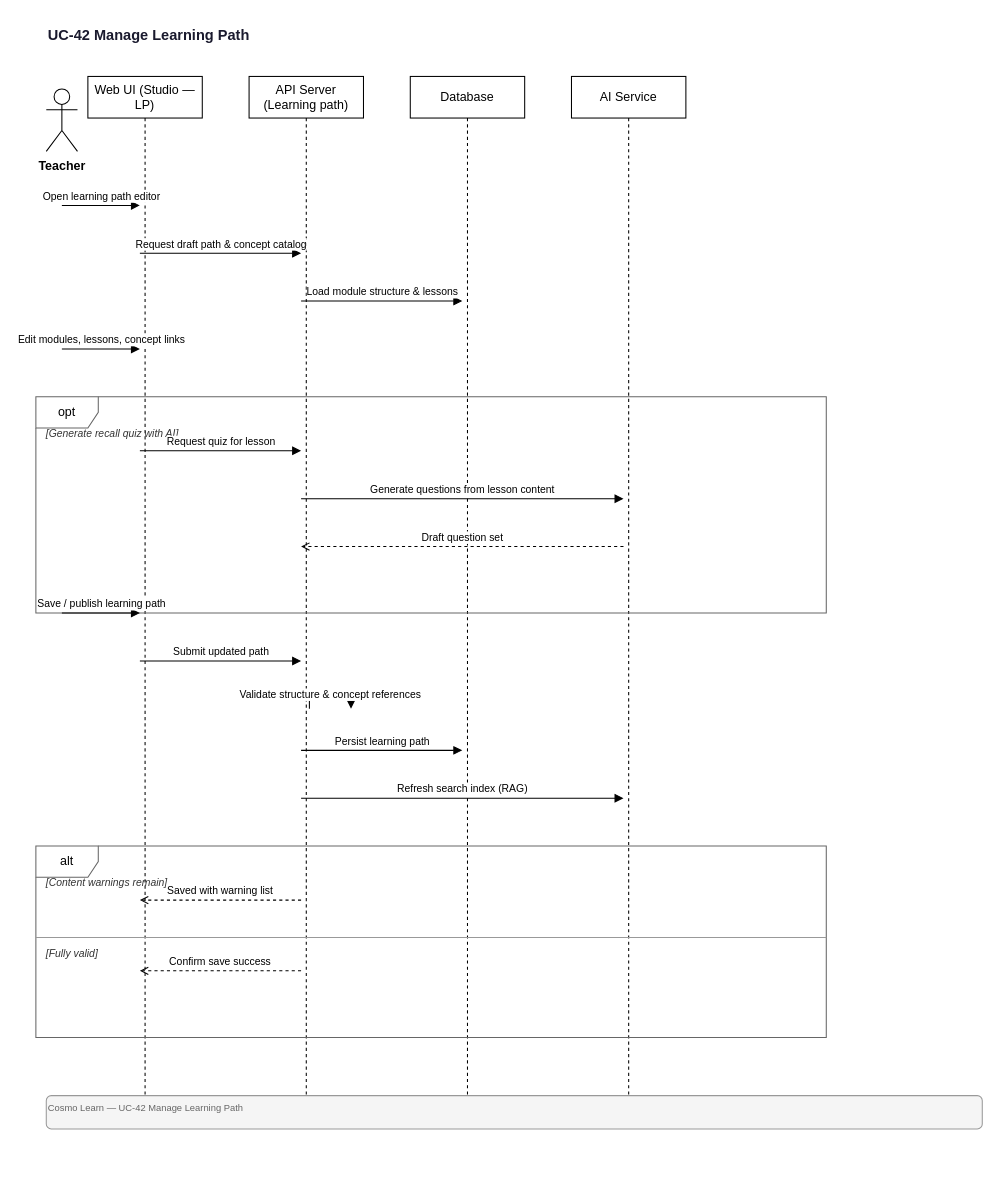
Earlier version of the draw.io diagram docs/diagrams/sequence/UC-42-Manage-Learning-Path.drawio (quangg1/ASTRO_EDU). Source tidied: cells renumbered, new cells numbered last; positions are measured from the earlier drawing's top-left corner, leaving out a move shared by most shapes. Both pictures are drawn from the tidied source at 104%, with x=0, y=0 at pixel (35, 18).
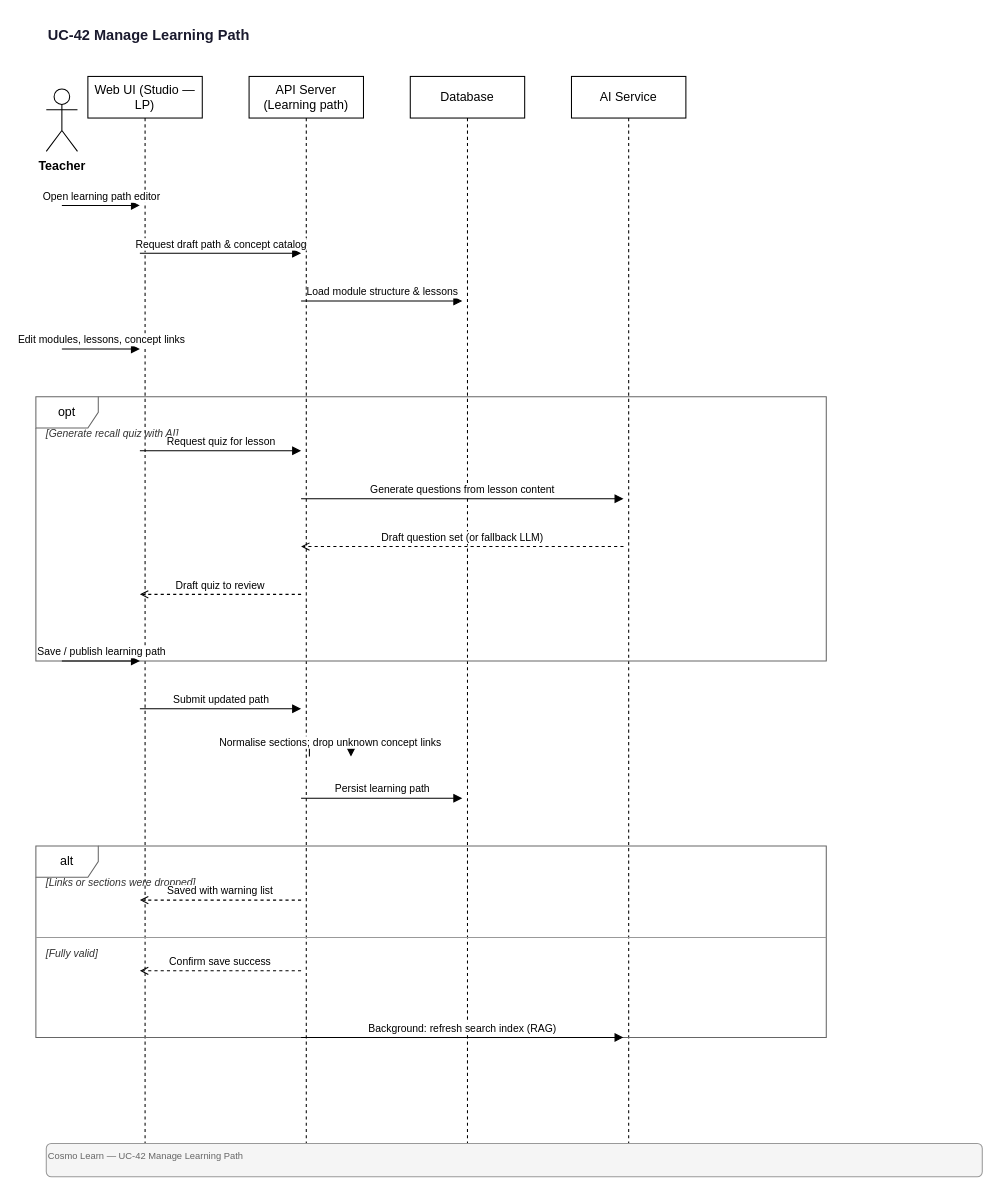
After the change.

What changed in the source:
```diff
@@
     <mxCell id="4" value="Web UI (Studio — LP)" style="shape=umlLifeline;perimeter=lifelinePerimeter;whiteSpace=wrap;html=1;size=40;" parent="1" vertex="1">
-      <mxGeometry x="50" y="56" width="110" height="982" as="geometry" />
+      <mxGeometry x="50" y="56" width="110" height="1028" as="geometry" />
     </mxCell>
     <mxCell id="5" value="API Server (Learning path)" style="shape=umlLifeline;perimeter=lifelinePerimeter;whiteSpace=wrap;html=1;size=40;" parent="1" vertex="1">
-      <mxGeometry x="205" y="56" width="110" height="982" as="geometry" />
+      <mxGeometry x="205" y="56" width="110" height="1028" as="geometry" />
     </mxCell>
     <mxCell id="6" value="Database" style="shape=umlLifeline;perimeter=lifelinePerimeter;whiteSpace=wrap;html=1;size=40;" parent="1" vertex="1">
-      <mxGeometry x="360" y="56" width="110" height="982" as="geometry" />
+      <mxGeometry x="360" y="56" width="110" height="1028" as="geometry" />
     </mxCell>
     <mxCell id="7" value="AI Service" style="shape=umlLifeline;perimeter=lifelinePerimeter;whiteSpace=wrap;html=1;size=40;" parent="1" vertex="1">
-      <mxGeometry x="515" y="56" width="110" height="982" as="geometry" />
+      <mxGeometry x="515" y="56" width="110" height="1028" as="geometry" />
     </mxCell>
@@
     <mxCell id="12" value="opt" style="shape=umlFrame;whiteSpace=wrap;html=1;fillColor=none;strokeColor=#666666;" parent="1" vertex="1">
-      <mxGeometry y="364" width="760" height="208" as="geometry" />
+      <mxGeometry y="364" width="760" height="254" as="geometry" />
     </mxCell>
@@
-    <mxCell id="16" value="Draft question set" style="endArrow=open;endFill=0;html=1;dashed=1;fontSize=10;verticalAlign=bottom;" parent="1" edge="1">
+    <mxCell id="16" value="Draft question set (or fallback LLM)" style="endArrow=open;endFill=0;html=1;dashed=1;fontSize=10;verticalAlign=bottom;" parent="1" edge="1">
       <mxGeometry relative="1" as="geometry">
         <mxPoint x="565" y="508" as="sourcePoint" />
         <mxPoint x="255" y="508" as="targetPoint" />
       </mxGeometry>
     </mxCell>
-    <mxCell id="17" value="Save / publish learning path" style="endArrow=block;endFill=1;html=1;fontSize=10;verticalAlign=bottom;" parent="1" edge="1">
+    <mxCell id="17" value="Draft quiz to review" style="endArrow=open;endFill=0;html=1;dashed=1;fontSize=10;verticalAlign=bottom;" parent="1" edge="1">
       <mxGeometry relative="1" as="geometry">
-        <mxPoint x="25" y="572" as="sourcePoint" />
-        <mxPoint x="100" y="572" as="targetPoint" />
+        <mxPoint x="255" y="554" as="sourcePoint" />
+        <mxPoint x="100" y="554" as="targetPoint" />
       </mxGeometry>
     </mxCell>
-    <mxCell id="18" value="Submit updated path" style="endArrow=block;endFill=1;html=1;fontSize=10;verticalAlign=bottom;" parent="1" edge="1">
+    <mxCell id="18" value="Save / publish learning path" style="endArrow=block;endFill=1;html=1;fontSize=10;verticalAlign=bottom;" parent="1" edge="1">
       <mxGeometry relative="1" as="geometry">
-        <mxPoint x="100" y="618" as="sourcePoint" />
-        <mxPoint x="255" y="618" as="targetPoint" />
+        <mxPoint x="25" y="618" as="sourcePoint" />
+        <mxPoint x="100" y="618" as="targetPoint" />
       </mxGeometry>
     </mxCell>
-    <mxCell id="19" value="Validate structure &amp; concept references" style="endArrow=block;endFill=1;html=1;fontSize=10;edgeStyle=orthogonalEdgeStyle;rounded=0;" parent="1" edge="1">
+    <mxCell id="19" value="Submit updated path" style="endArrow=block;endFill=1;html=1;fontSize=10;verticalAlign=bottom;" parent="1" edge="1">
       <mxGeometry relative="1" as="geometry">
-        <mxPoint x="263" y="664" as="sourcePoint" />
-        <mxPoint x="303" y="664" as="targetPoint" />
-        <Array as="points">
-          <mxPoint x="303" y="650" />
-          <mxPoint x="263" y="650" />
-        </Array>
+        <mxPoint x="100" y="664" as="sourcePoint" />
+        <mxPoint x="255" y="664" as="targetPoint" />
       </mxGeometry>
     </mxCell>
-    <mxCell id="20" value="Persist learning path" style="endArrow=block;endFill=1;html=1;fontSize=10;verticalAlign=bottom;" parent="1" edge="1">
+    <mxCell id="20" value="Normalise sections; drop unknown concept links" style="endArrow=block;endFill=1;html=1;fontSize=10;edgeStyle=orthogonalEdgeStyle;rounded=0;" parent="1" edge="1">
       <mxGeometry relative="1" as="geometry">
-        <mxPoint x="255" y="704" as="sourcePoint" />
-        <mxPoint x="410" y="704" as="targetPoint" />
+        <mxPoint x="263" y="710" as="sourcePoint" />
+        <mxPoint x="303" y="710" as="targetPoint" />
+        <Array as="points">
+          <mxPoint x="303" y="696" />
+          <mxPoint x="263" y="696" />
+        </Array>
       </mxGeometry>
     </mxCell>
-    <mxCell id="21" value="Refresh search index (RAG)" style="endArrow=block;endFill=1;html=1;fontSize=10;verticalAlign=bottom;" parent="1" edge="1">
+    <mxCell id="21" value="Persist learning path" style="endArrow=block;endFill=1;html=1;fontSize=10;verticalAlign=bottom;" parent="1" edge="1">
       <mxGeometry relative="1" as="geometry">
         <mxPoint x="255" y="750" as="sourcePoint" />
-        <mxPoint x="565" y="750" as="targetPoint" />
+        <mxPoint x="410" y="750" as="targetPoint" />
       </mxGeometry>
     </mxCell>
@@
-    <mxCell id="23" value="[Content warnings remain]" style="text;html=1;strokeColor=none;fillColor=none;align=left;verticalAlign=middle;fontSize=10;fontStyle=2;fontColor=#333333;" parent="1" vertex="1">
+    <mxCell id="23" value="[Links or sections were dropped]" style="text;html=1;strokeColor=none;fillColor=none;align=left;verticalAlign=middle;fontSize=10;fontStyle=2;fontColor=#333333;" parent="1" vertex="1">
       <mxGeometry x="8" y="822" width="744" height="18" as="geometry" />
     </mxCell>
@@
-    <mxCell id="28" value="Cosmo Learn — UC-42 Manage Learning Path" style="text;html=1;strokeColor=#999;fillColor=#f5f5f5;align=left;verticalAlign=top;fontSize=9;fontColor=#666;rounded=1;" parent="1" vertex="1">
-      <mxGeometry x="10" y="1036" width="900" height="32" as="geometry" />
+    <mxCell id="28" value="Background: refresh search index (RAG)" style="endArrow=block;endFill=1;html=1;fontSize=10;verticalAlign=bottom;" parent="1" edge="1">
+      <mxGeometry relative="1" as="geometry">
+        <mxPoint x="255" y="980" as="sourcePoint" />
+        <mxPoint x="565" y="980" as="targetPoint" />
+      </mxGeometry>
     </mxCell>
+    <mxCell id="29" value="Cosmo Learn — UC-42 Manage Learning Path" style="text;html=1;strokeColor=#999;fillColor=#f5f5f5;align=left;verticalAlign=top;fontSize=9;fontColor=#666;rounded=1;" parent="1" vertex="1">
+      <mxGeometry x="10" y="1082" width="900" height="32" as="geometry" />
+    </mxCell>
```
